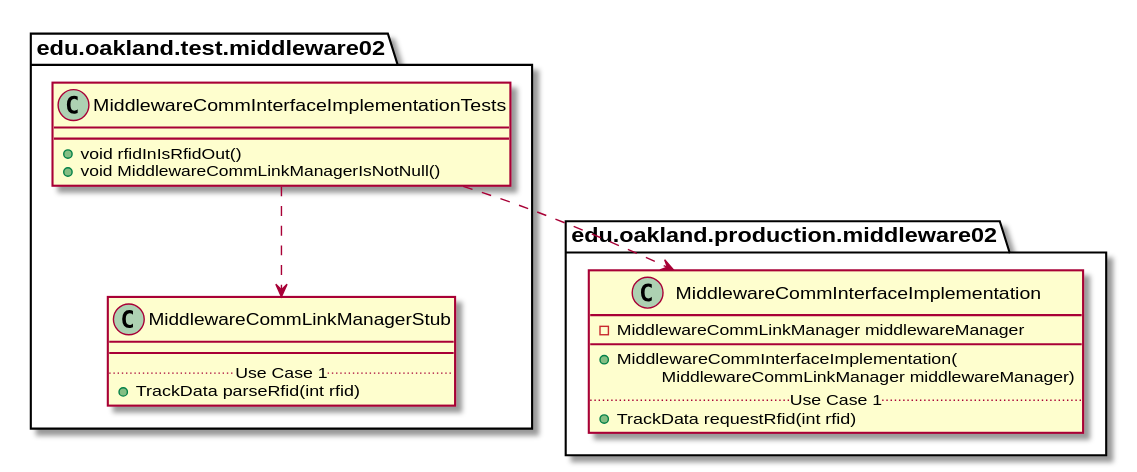
Above: docs/uml-class-diagrams/middleware02/test/MiddlewareCommInterfaceImplementationTests/MiddlewareCommInterfaceImplementationTests_DirectDependencies.svg in andrewdimmer/csi-3370-software-project (PlantUML), before the change.
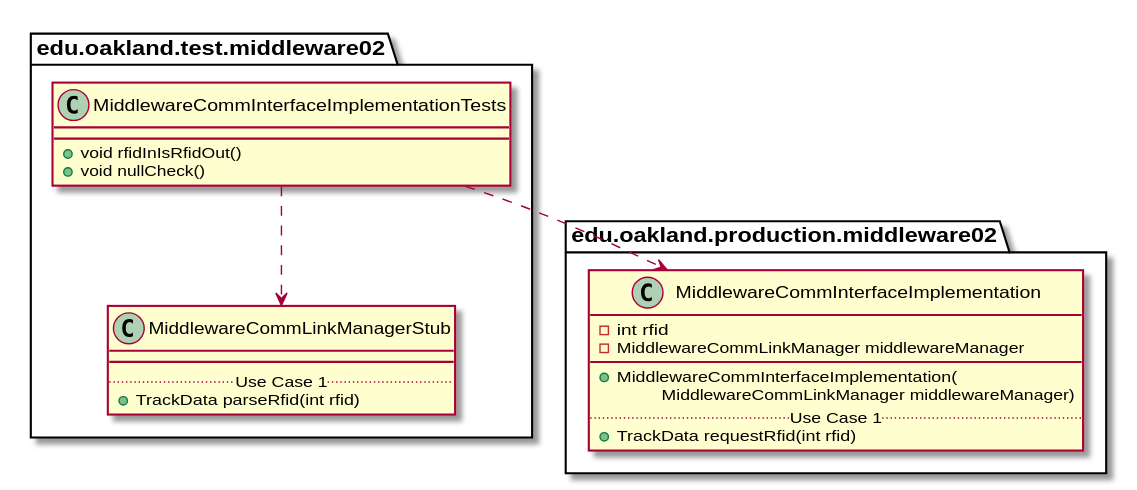
Above is the later version.

What changed in the source:
```diff
@@ -4,7 +4,7 @@
 package edu.oakland.test.middleware02 {
     class MiddlewareCommInterfaceImplementationTests {
         + void rfidInIsRfidOut()
-        + void MiddlewareCommLinkManagerIsNotNull()
+        + void nullCheck()
     }
 }
 
@@ -23,6 +23,7 @@
 
 package edu.oakland.production.middleware02 {
     class MiddlewareCommInterfaceImplementation {
+        - int rfid
         - MiddlewareCommLinkManager middlewareManager
         __
         + MiddlewareCommInterfaceImplementation(
```
